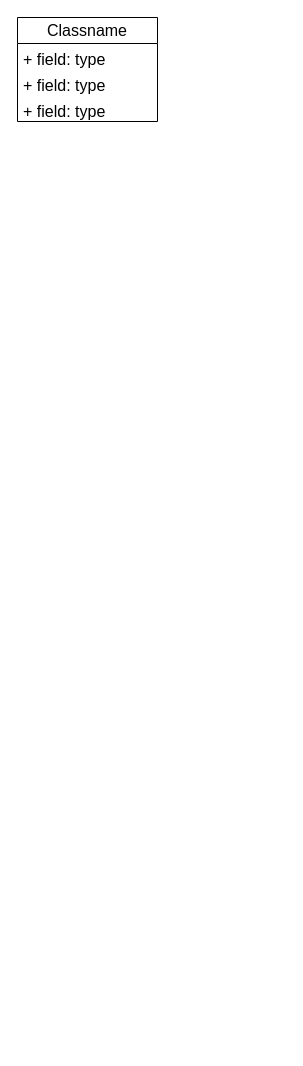
Before: myPoint_2.drawio in Ury479/University-Lab, a draw.io diagram. Source tidied: cells renumbered, new cells numbered last; positions are measured from the earlier drawing's top-left corner, leaving out a move shared by most shapes. Both pictures are drawn from the tidied source at 100%, with x=0, y=0 at pixel (17, 17).
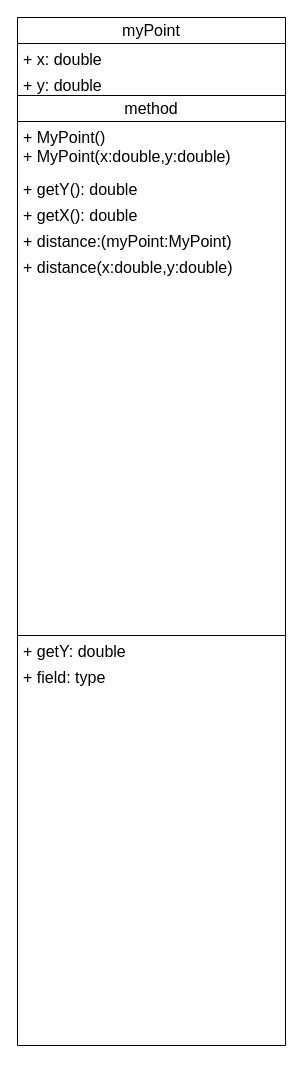
The same page after the edit.

The edit, as a diff of the source:
```diff
@@
 <mxGraphModel>
   <root>
     <mxCell id="0" />
     <mxCell id="1" parent="0" />
-    <mxCell id="2" value="Classname" style="swimlane;fontStyle=0;horizontal=1;startSize=26;fillColor=none;whiteSpace=wrap;html=1;fontSize=16;" parent="1" vertex="1">
-      <mxGeometry width="140" height="104" as="geometry" />
+    <mxCell id="2" value="myPoint" style="swimlane;fontStyle=0;horizontal=1;startSize=26;fillColor=none;whiteSpace=wrap;html=1;fontSize=16;" parent="1" vertex="1">
+      <mxGeometry width="268" height="1028" as="geometry" />
     </mxCell>
-    <mxCell id="3" value="+ field: type" style="text;strokeColor=none;fillColor=none;align=left;verticalAlign=top;spacingLeft=4;spacingRight=4;overflow=hidden;whiteSpace=wrap;html=1;fontSize=16;" parent="2" vertex="1">
-      <mxGeometry y="26" width="140" height="26" as="geometry" />
+    <mxCell id="3" value="+ x: double" style="text;strokeColor=none;fillColor=none;align=left;verticalAlign=top;spacingLeft=4;spacingRight=4;overflow=hidden;whiteSpace=wrap;html=1;fontSize=16;" parent="2" vertex="1">
+      <mxGeometry y="26" width="268" height="26" as="geometry" />
     </mxCell>
-    <mxCell id="4" value="+ field: type" style="text;strokeColor=none;fillColor=none;align=left;verticalAlign=top;spacingLeft=4;spacingRight=4;overflow=hidden;whiteSpace=wrap;html=1;fontSize=16;" parent="2" vertex="1">
-      <mxGeometry y="52" width="140" height="26" as="geometry" />
+    <mxCell id="4" value="+ y: double" style="text;strokeColor=none;fillColor=none;align=left;verticalAlign=top;spacingLeft=4;spacingRight=4;overflow=hidden;whiteSpace=wrap;html=1;fontSize=16;" parent="2" vertex="1">
+      <mxGeometry y="52" width="268" height="26" as="geometry" />
     </mxCell>
+    <mxCell id="6" value="method" style="swimlane;fontStyle=0;horizontal=1;startSize=26;fillColor=none;whiteSpace=wrap;html=1;fontSize=16;" parent="2" vertex="1">
+      <mxGeometry y="78" width="268" height="540" as="geometry" />
+    </mxCell>
+    <mxCell id="7" value="+ MyPoint()&lt;br&gt;+ MyPoint(x:double,y:double)" style="text;strokeColor=none;fillColor=none;align=left;verticalAlign=top;spacingLeft=4;spacingRight=4;overflow=hidden;whiteSpace=wrap;html=1;fontSize=16;" parent="6" vertex="1">
+      <mxGeometry y="26" width="268" height="52" as="geometry" />
+    </mxCell>
+    <mxCell id="8" value="+ getY(): double" style="text;strokeColor=none;fillColor=none;align=left;verticalAlign=top;spacingLeft=4;spacingRight=4;overflow=hidden;whiteSpace=wrap;html=1;fontSize=16;" parent="6" vertex="1">
+      <mxGeometry y="78" width="268" height="26" as="geometry" />
+    </mxCell>
+    <mxCell id="9" value="+ getX(): double" style="text;strokeColor=none;fillColor=none;align=left;verticalAlign=top;spacingLeft=4;spacingRight=4;overflow=hidden;whiteSpace=wrap;html=1;fontSize=16;" parent="6" vertex="1">
+      <mxGeometry y="104" width="268" height="26" as="geometry" />
+    </mxCell>
+    <mxCell id="10" value="+ distance:(myPoint:MyPoint)" style="text;strokeColor=none;fillColor=none;align=left;verticalAlign=top;spacingLeft=4;spacingRight=4;overflow=hidden;whiteSpace=wrap;html=1;fontSize=16;" parent="6" vertex="1">
+      <mxGeometry y="130" width="268" height="26" as="geometry" />
+    </mxCell>
+    <mxCell id="11" value="+ distance(x:double,y:double)" style="text;strokeColor=none;fillColor=none;align=left;verticalAlign=top;spacingLeft=4;spacingRight=4;overflow=hidden;whiteSpace=wrap;html=1;fontSize=16;" parent="6" vertex="1">
+      <mxGeometry y="156" width="268" height="384" as="geometry" />
+    </mxCell>
+    <mxCell id="12" value="+ getY: double" style="text;strokeColor=none;fillColor=none;align=left;verticalAlign=top;spacingLeft=4;spacingRight=4;overflow=hidden;whiteSpace=wrap;html=1;fontSize=16;" parent="2" vertex="1">
+      <mxGeometry y="618" width="268" height="26" as="geometry" />
+    </mxCell>
-    <mxCell id="5" value="+ field: type" style="text;strokeColor=none;fillColor=none;align=left;verticalAlign=top;spacingLeft=4;spacingRight=4;overflow=hidden;whiteSpace=wrap;html=1;fontSize=16;" parent="2" vertex="1">
-      <mxGeometry y="78" width="140" height="26" as="geometry" />
+    <mxCell id="5" value="+ field: type&lt;br&gt;" style="text;strokeColor=none;fillColor=none;align=left;verticalAlign=top;spacingLeft=4;spacingRight=4;overflow=hidden;whiteSpace=wrap;html=1;fontSize=16;" parent="2" vertex="1">
+      <mxGeometry y="644" width="268" height="384" as="geometry" />
     </mxCell>
   </root>
 </mxGraphModel>
```
